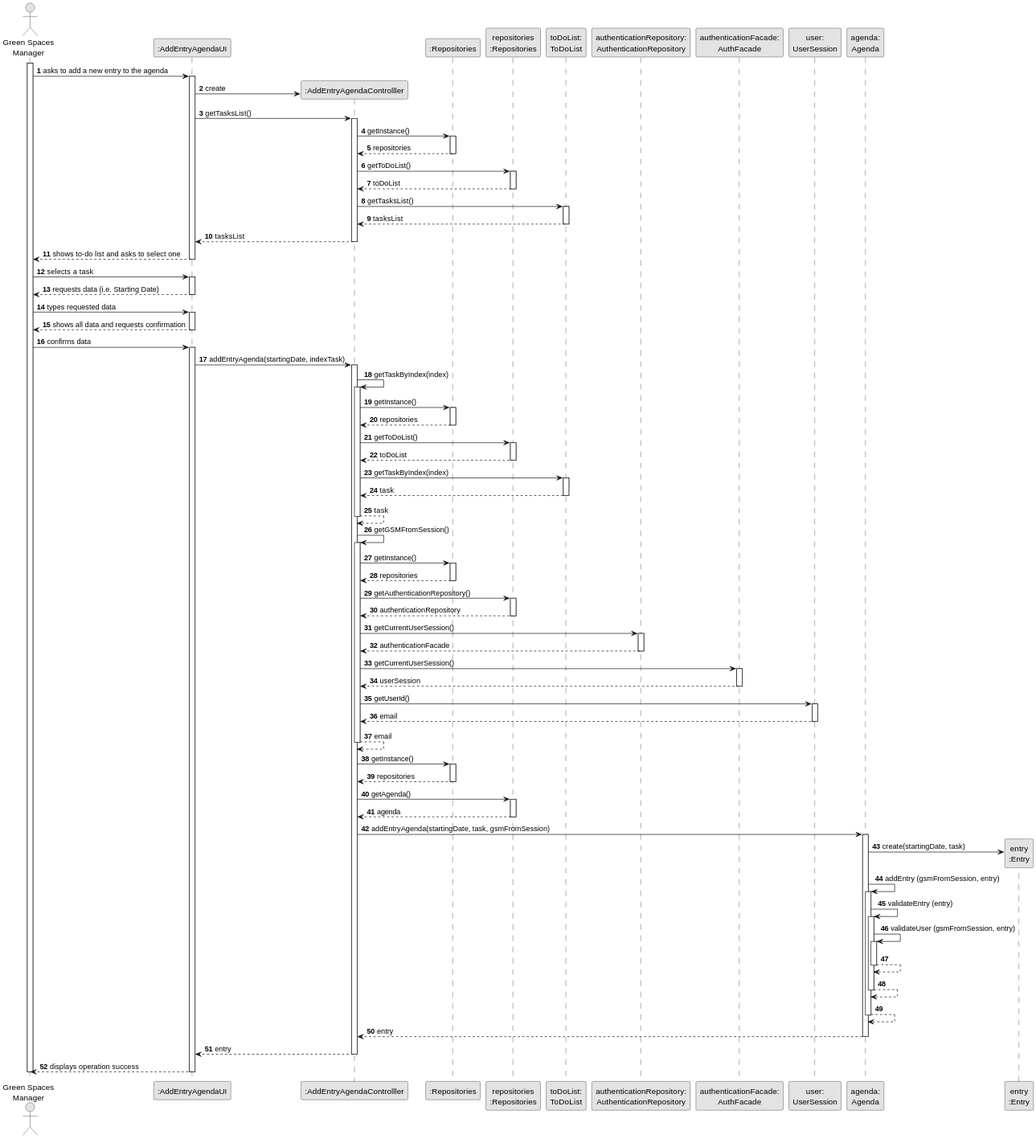
The PlantUML diagram docs/sprintA&B&C/us022/03.design/svg/us022-sequence-diagram-full.svg in daniel41silva05/ISEP_2023_2024_LAPR2, before a commit.
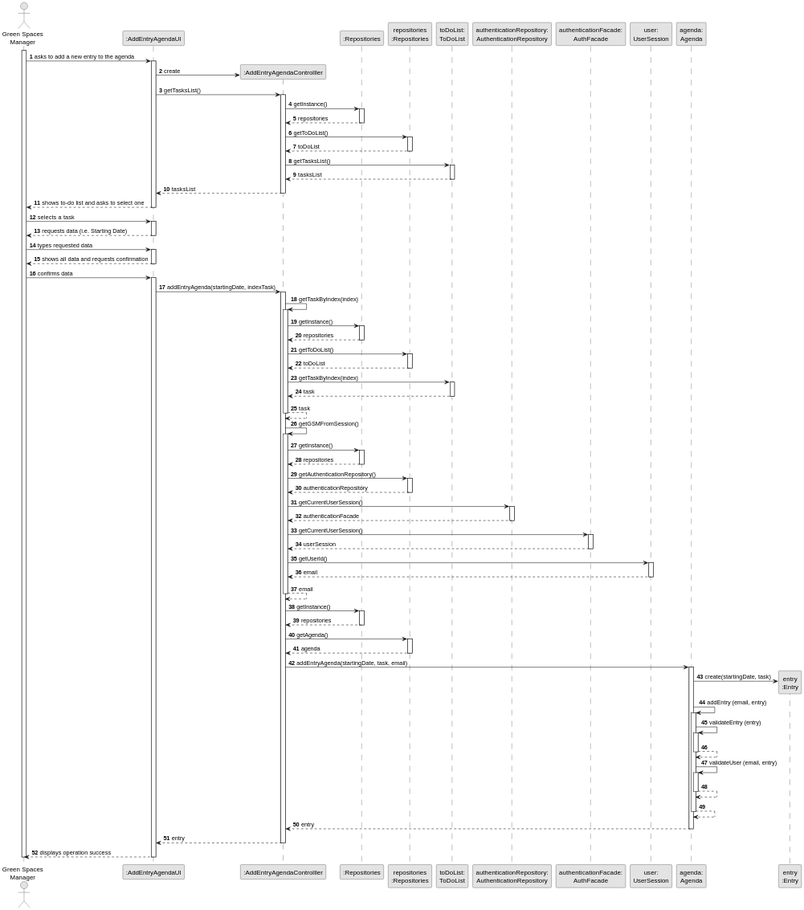
The same file after the commit.

Commit message:
US23 - Sequence Diagram Full #11

Diff of the diagram source:
```diff
@@ -141,22 +141,22 @@
             REPS --> CTRL: agenda
             deactivate REPS
 
-            CTRL -> agenda: addEntryAgenda(startingDate, task, gsmFromSession)
+            CTRL -> agenda: addEntryAgenda(startingDate, task, email)
             activate agenda
 
                 agenda -> ENTRY** : create(startingDate, task)
 
-                agenda -> agenda: addEntry (gsmFromSession, entry)
+                agenda -> agenda: addEntry (email, entry)
                 activate agenda
 
                 agenda -> agenda: validateEntry (entry)
                 activate agenda
 
-                agenda -> agenda: validateUser (gsmFromSession, entry)
-                activate agenda
-
                 agenda --> agenda
                 deactivate agenda
+
+                agenda -> agenda: validateUser (email, entry)
+                activate agenda
 
                 agenda --> agenda
                 deactivate agenda
```
